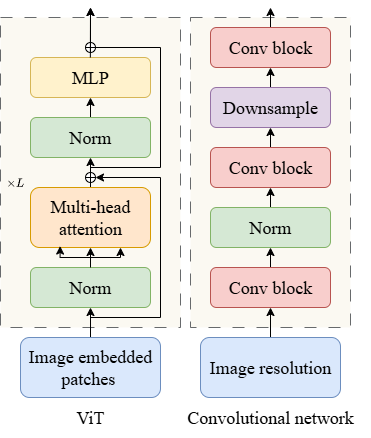
Before: HeTu/siglip.png, a diagram exported from draw.io (TuuSiwei/paper_image). Source tidied: cells renumbered, new cells last; positions are measured from the earlier drawing's top-left corner, leaving out a move shared by most shapes.
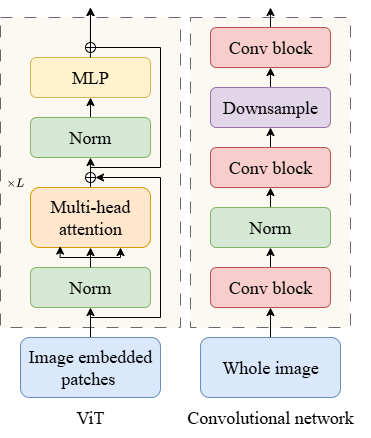
Above is the later version.

Change to the diagram source:
```diff
@@ -123,7 +123,7 @@
     <mxCell id="32" style="edgeStyle=orthogonalEdgeStyle;rounded=0;jettySize=auto;html=1;exitX=0.5;exitY=0;exitDx=0;exitDy=0;entryX=0.5;entryY=1;entryDx=0;entryDy=0;" parent="1" edge="1" source="33" target="23">
       <mxGeometry relative="1" as="geometry" />
     </mxCell>
-    <mxCell id="33" value="&lt;span style=&quot;font-size: 18px;&quot;&gt;Image resolution&lt;/span&gt;" style="rounded=1;whiteSpace=wrap;html=1;fillColor=#dae8fc;strokeColor=#6c8ebf;fontFamily=Times New Roman;" parent="1" vertex="1">
+    <mxCell id="33" value="&lt;span style=&quot;font-size: 18px;&quot;&gt;Whole image&lt;/span&gt;" style="rounded=1;whiteSpace=wrap;html=1;fillColor=#dae8fc;strokeColor=#6c8ebf;fontFamily=Times New Roman;" parent="1" vertex="1">
       <mxGeometry x="200" y="330" width="140" height="60" as="geometry" />
     </mxCell>
     <mxCell id="34" style="endArrow=classic;html=1;rounded=0;" parent="1" edge="1">
```
